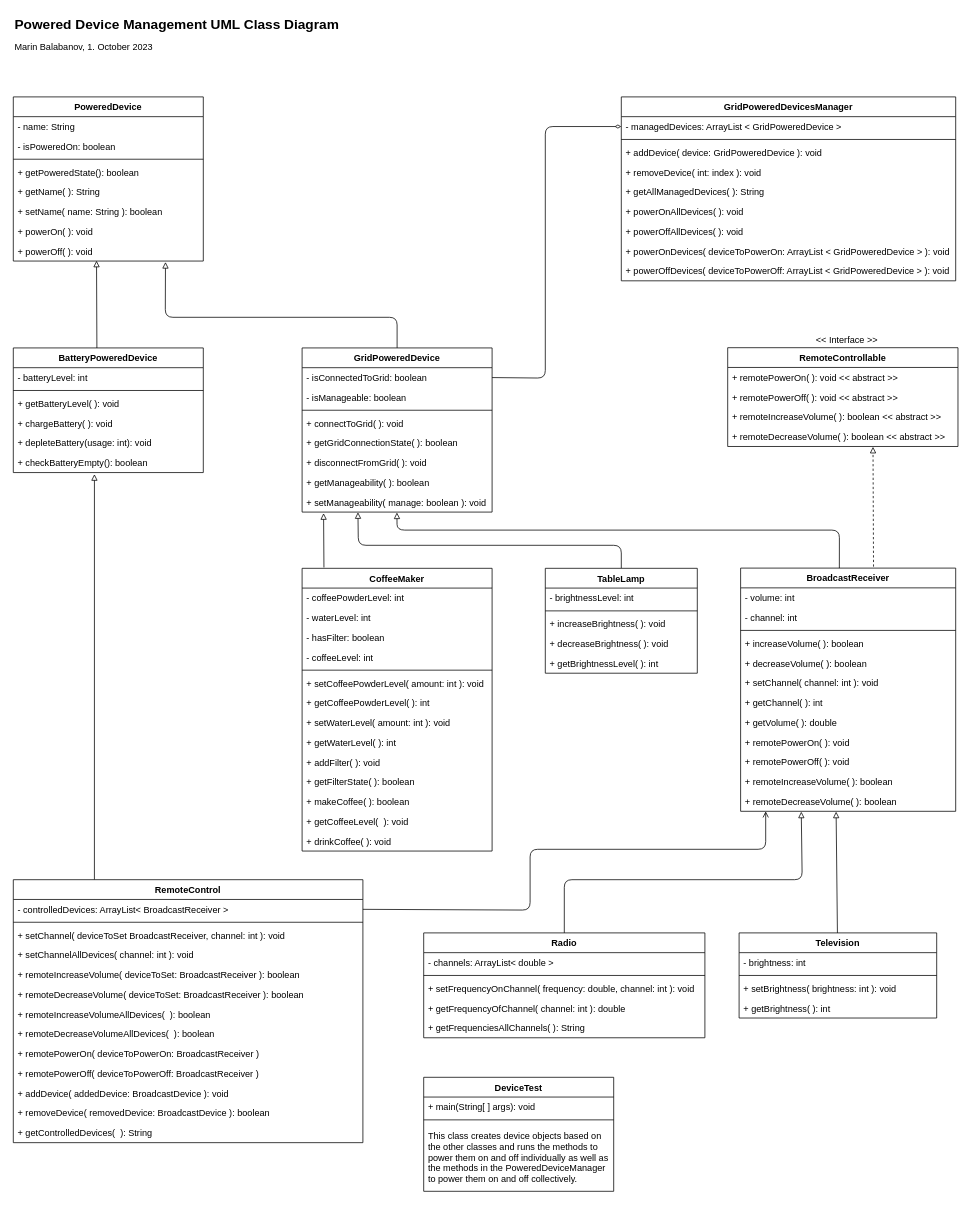
Before: DevicesUML.drawio in mbalabanov/Devices, a draw.io diagram. Source tidied: cells renumbered, new cells numbered last; positions are measured from the earlier drawing's top-left corner, leaving out a move shared by most shapes. Both pictures are drawn from the tidied source at 76%, with x=0, y=0 at pixel (13, 13).
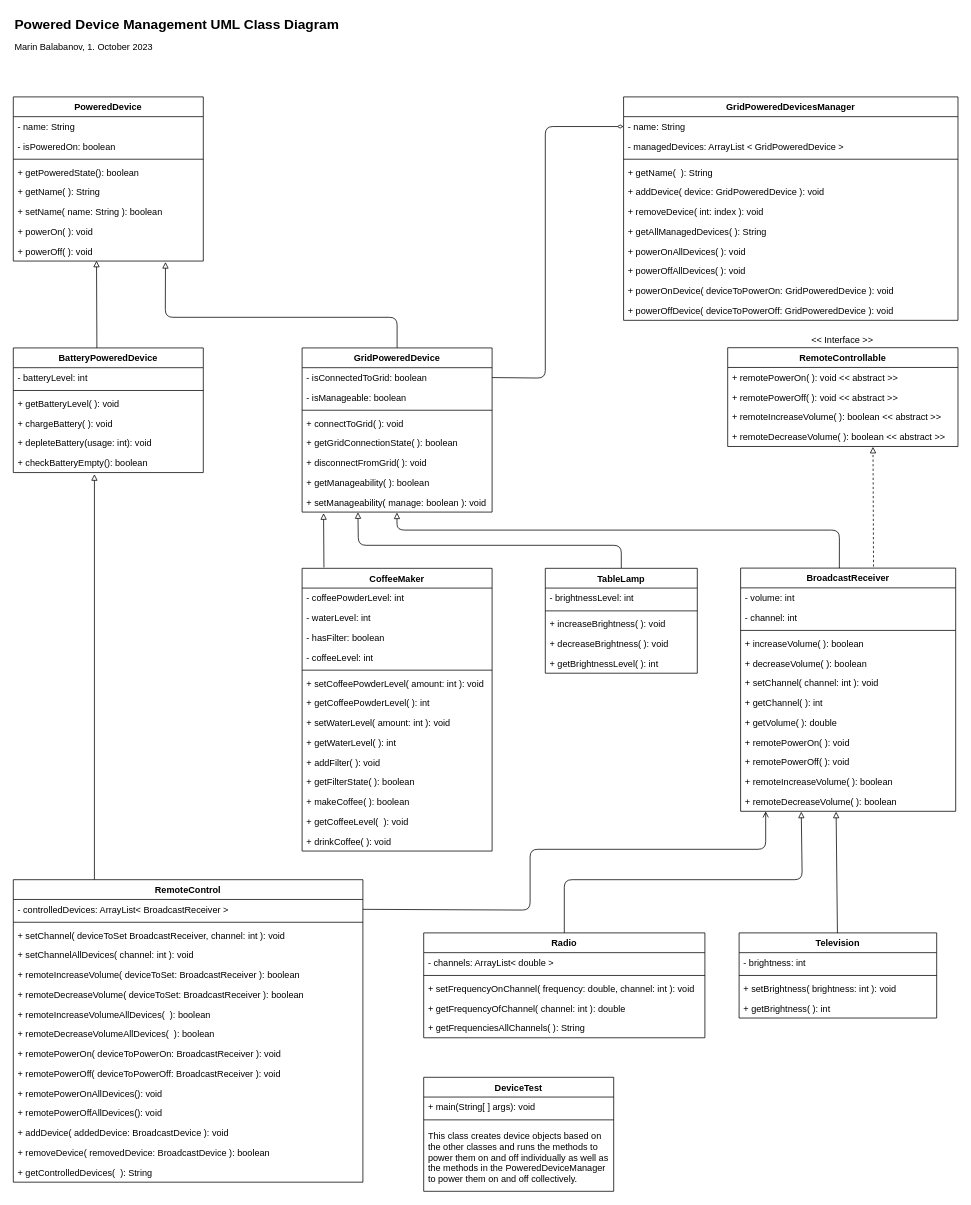
The same page after the edit.

Commit message (it also covers changes not shown here):
Corrects diagram

What changed in the source:
```diff
@@
     <mxCell id="66" value="GridPoweredDevicesManager" style="swimlane;fontStyle=1;align=center;verticalAlign=top;horizontal=1;startSize=26;" parent="1" vertex="1">
-      <mxGeometry x="800" y="110" width="440" height="242" as="geometry" />
+      <mxGeometry x="803" y="110" width="440" height="294" as="geometry" />
     </mxCell>
-    <mxCell id="67" value="- managedDevices: ArrayList &lt; GridPoweredDevice &gt;" style="text;strokeColor=none;fillColor=none;align=left;verticalAlign=top;spacingLeft=4;spacingRight=4;overflow=hidden;points=[[0,0.5],[1,0.5]];portConstraint=eastwest;" parent="66" vertex="1">
+    <mxCell id="67" value="- name: String" style="text;strokeColor=none;fillColor=none;align=left;verticalAlign=top;spacingLeft=4;spacingRight=4;overflow=hidden;points=[[0,0.5],[1,0.5]];portConstraint=eastwest;" parent="66" vertex="1">
       <mxGeometry y="26" width="440" height="26" as="geometry" />
     </mxCell>
+    <mxCell id="119" value="- managedDevices: ArrayList &lt; GridPoweredDevice &gt;" style="text;strokeColor=none;fillColor=none;align=left;verticalAlign=top;spacingLeft=4;spacingRight=4;overflow=hidden;" parent="66" vertex="1">
+      <mxGeometry y="52" width="440" height="26" as="geometry" />
+    </mxCell>
     <mxCell id="68" style="line;strokeWidth=1;fillColor=none;align=left;verticalAlign=middle;spacingTop=-1;spacingLeft=3;spacingRight=3;labelPosition=right;strokeColor=inherit;" parent="66" vertex="1">
-      <mxGeometry y="52" width="440" height="8" as="geometry" />
+      <mxGeometry y="78" width="440" height="8" as="geometry" />
     </mxCell>
+    <mxCell id="120" value="+ getName(  ): String" style="text;strokeColor=none;fillColor=none;align=left;verticalAlign=top;spacingLeft=4;spacingRight=4;overflow=hidden;" parent="66" vertex="1">
+      <mxGeometry y="86" width="440" height="26" as="geometry" />
+    </mxCell>
     <mxCell id="69" value="+ addDevice( device: GridPoweredDevice ): void" style="text;strokeColor=none;fillColor=none;align=left;verticalAlign=top;spacingLeft=4;spacingRight=4;overflow=hidden;" parent="66" vertex="1">
-      <mxGeometry y="60" width="440" height="26" as="geometry" />
+      <mxGeometry y="112" width="440" height="26" as="geometry" />
     </mxCell>
     <mxCell id="70" value="+ removeDevice( int: index ): void" style="text;strokeColor=none;fillColor=none;align=left;verticalAlign=top;spacingLeft=4;spacingRight=4;overflow=hidden;" parent="66" vertex="1">
-      <mxGeometry y="86" width="440" height="26" as="geometry" />
+      <mxGeometry y="138" width="440" height="26" as="geometry" />
     </mxCell>
     <mxCell id="71" value="+ getAllManagedDevices( ): String" style="text;strokeColor=none;fillColor=none;align=left;verticalAlign=top;spacingLeft=4;spacingRight=4;overflow=hidden;" parent="66" vertex="1">
-      <mxGeometry y="112" width="440" height="26" as="geometry" />
+      <mxGeometry y="164" width="440" height="26" as="geometry" />
     </mxCell>
     <mxCell id="72" value="+ powerOnAllDevices( ): void" style="text;strokeColor=none;fillColor=none;align=left;verticalAlign=top;spacingLeft=4;spacingRight=4;overflow=hidden;" parent="66" vertex="1">
-      <mxGeometry y="138" width="440" height="26" as="geometry" />
+      <mxGeometry y="190" width="440" height="26" as="geometry" />
     </mxCell>
     <mxCell id="73" value="+ powerOffAllDevices( ): void" style="text;strokeColor=none;fillColor=none;align=left;verticalAlign=top;spacingLeft=4;spacingRight=4;overflow=hidden;" parent="66" vertex="1">
-      <mxGeometry y="164" width="440" height="26" as="geometry" />
+      <mxGeometry y="216" width="440" height="26" as="geometry" />
     </mxCell>
-    <mxCell id="74" value="+ powerOnDevices( deviceToPowerOn: ArrayList &lt; GridPoweredDevice &gt; ): void" style="text;strokeColor=none;fillColor=none;align=left;verticalAlign=top;spacingLeft=4;spacingRight=4;overflow=hidden;" parent="66" vertex="1">
-      <mxGeometry y="190" width="440" height="26" as="geometry" />
+    <mxCell id="74" value="+ powerOnDevice( deviceToPowerOn: GridPoweredDevice ): void" style="text;strokeColor=none;fillColor=none;align=left;verticalAlign=top;spacingLeft=4;spacingRight=4;overflow=hidden;" parent="66" vertex="1">
+      <mxGeometry y="242" width="440" height="26" as="geometry" />
     </mxCell>
-    <mxCell id="75" value="+ powerOffDevices( deviceToPowerOff: ArrayList &lt; GridPoweredDevice &gt; ): void" style="text;strokeColor=none;fillColor=none;align=left;verticalAlign=top;spacingLeft=4;spacingRight=4;overflow=hidden;" parent="66" vertex="1">
-      <mxGeometry y="216" width="440" height="26" as="geometry" />
+    <mxCell id="75" value="+ powerOffDevice( deviceToPowerOff: GridPoweredDevice ): void" style="text;strokeColor=none;fillColor=none;align=left;verticalAlign=top;spacingLeft=4;spacingRight=4;overflow=hidden;" parent="66" vertex="1">
+      <mxGeometry y="268" width="440" height="26" as="geometry" />
     </mxCell>
@@
     <mxCell id="81" value="&amp;lt;&amp;lt; Interface &amp;gt;&amp;gt;" style="text;html=1;strokeColor=none;fillColor=none;align=center;verticalAlign=middle;whiteSpace=wrap;rounded=0;" parent="1" vertex="1">
-      <mxGeometry x="977" y="420" width="240" height="20" as="geometry" />
+      <mxGeometry x="941" y="420" width="300" height="20" as="geometry" />
     </mxCell>
@@
     <mxCell id="84" value="RemoteControl" style="swimlane;fontStyle=1;align=center;verticalAlign=top;horizontal=1;startSize=26;" parent="1" vertex="1">
-      <mxGeometry y="1140" width="460" height="346" as="geometry" />
+      <mxGeometry y="1140" width="460" height="398" as="geometry" />
     </mxCell>
@@
-    <mxCell id="93" value="+ remotePowerOn( deviceToPowerOn: BroadcastReceiver )" style="text;strokeColor=none;fillColor=none;align=left;verticalAlign=top;spacingLeft=4;spacingRight=4;overflow=hidden;" parent="84" vertex="1">
+    <mxCell id="93" value="+ remotePowerOn( deviceToPowerOn: BroadcastReceiver ): void" style="text;strokeColor=none;fillColor=none;align=left;verticalAlign=top;spacingLeft=4;spacingRight=4;overflow=hidden;" parent="84" vertex="1">
       <mxGeometry y="216" width="460" height="26" as="geometry" />
     </mxCell>
-    <mxCell id="94" value="+ remotePowerOff( deviceToPowerOff: BroadcastReceiver )" style="text;strokeColor=none;fillColor=none;align=left;verticalAlign=top;spacingLeft=4;spacingRight=4;overflow=hidden;" parent="84" vertex="1">
+    <mxCell id="94" value="+ remotePowerOff( deviceToPowerOff: BroadcastReceiver ): void" style="text;strokeColor=none;fillColor=none;align=left;verticalAlign=top;spacingLeft=4;spacingRight=4;overflow=hidden;" parent="84" vertex="1">
       <mxGeometry y="242" width="460" height="26" as="geometry" />
     </mxCell>
+    <mxCell id="121" value="+ remotePowerOnAllDevices(): void" style="text;strokeColor=none;fillColor=none;align=left;verticalAlign=top;spacingLeft=4;spacingRight=4;overflow=hidden;" parent="84" vertex="1">
+      <mxGeometry y="268" width="460" height="26" as="geometry" />
+    </mxCell>
+    <mxCell id="122" value="+ remotePowerOffAllDevices(): void" style="text;strokeColor=none;fillColor=none;align=left;verticalAlign=top;spacingLeft=4;spacingRight=4;overflow=hidden;" parent="84" vertex="1">
+      <mxGeometry y="294" width="460" height="26" as="geometry" />
+    </mxCell>
     <mxCell id="95" value="+ addDevice( addedDevice: BroadcastDevice ): void" style="text;strokeColor=none;fillColor=none;align=left;verticalAlign=top;spacingLeft=4;spacingRight=4;overflow=hidden;" parent="84" vertex="1">
-      <mxGeometry y="268" width="460" height="26" as="geometry" />
+      <mxGeometry y="320" width="460" height="26" as="geometry" />
     </mxCell>
     <mxCell id="96" value="+ removeDevice( removedDevice: BroadcastDevice ): boolean" style="text;strokeColor=none;fillColor=none;align=left;verticalAlign=top;spacingLeft=4;spacingRight=4;overflow=hidden;" parent="84" vertex="1">
-      <mxGeometry y="294" width="460" height="26" as="geometry" />
+      <mxGeometry y="346" width="460" height="26" as="geometry" />
     </mxCell>
     <mxCell id="97" value="+ getControlledDevices(  ): String" style="text;strokeColor=none;fillColor=none;align=left;verticalAlign=top;spacingLeft=4;spacingRight=4;overflow=hidden;" parent="84" vertex="1">
-      <mxGeometry y="320" width="460" height="26" as="geometry" />
+      <mxGeometry y="372" width="460" height="26" as="geometry" />
     </mxCell>
```
